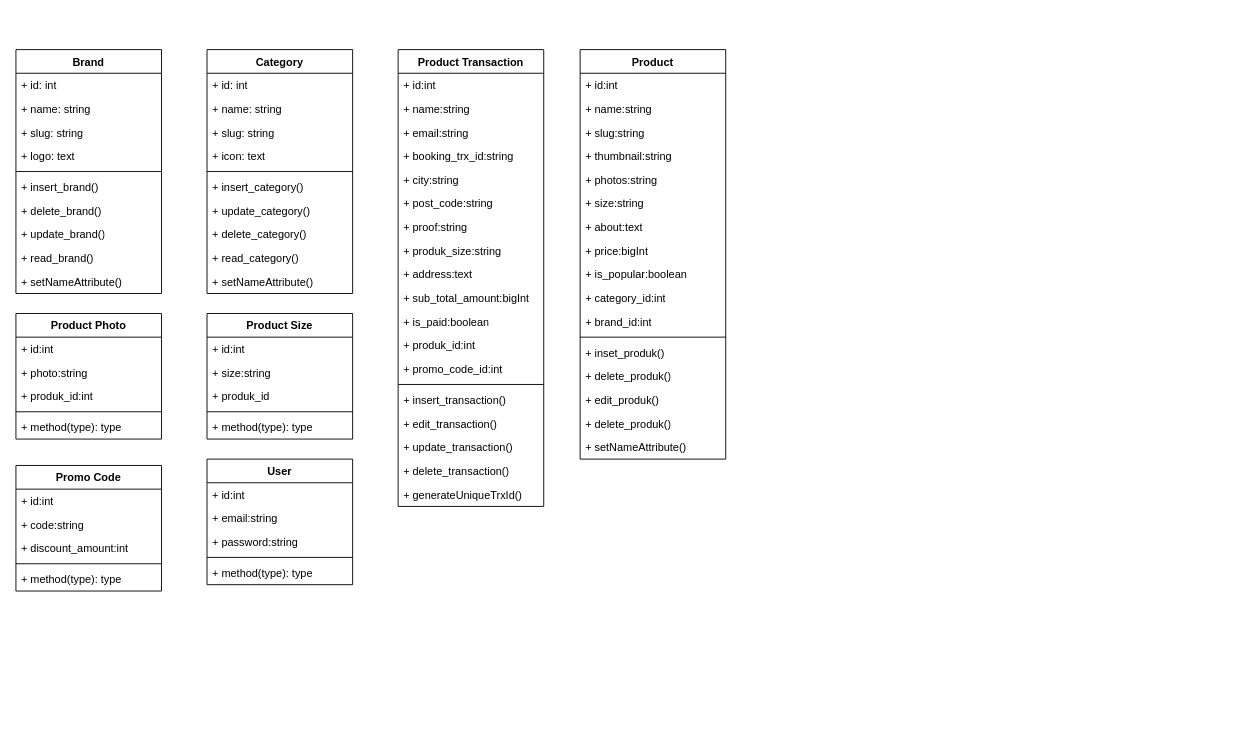
This is UML/classDiagram.drawio from Mahklvk/competency-test, a draw.io file, before an edit. Source tidied: cells renumbered, new cells numbered last; positions are measured from the earlier drawing's top-left corner, leaving out a move shared by most shapes. Both pictures are drawn from the tidied source at 91%, with x=0, y=0 at pixel (15, 49).
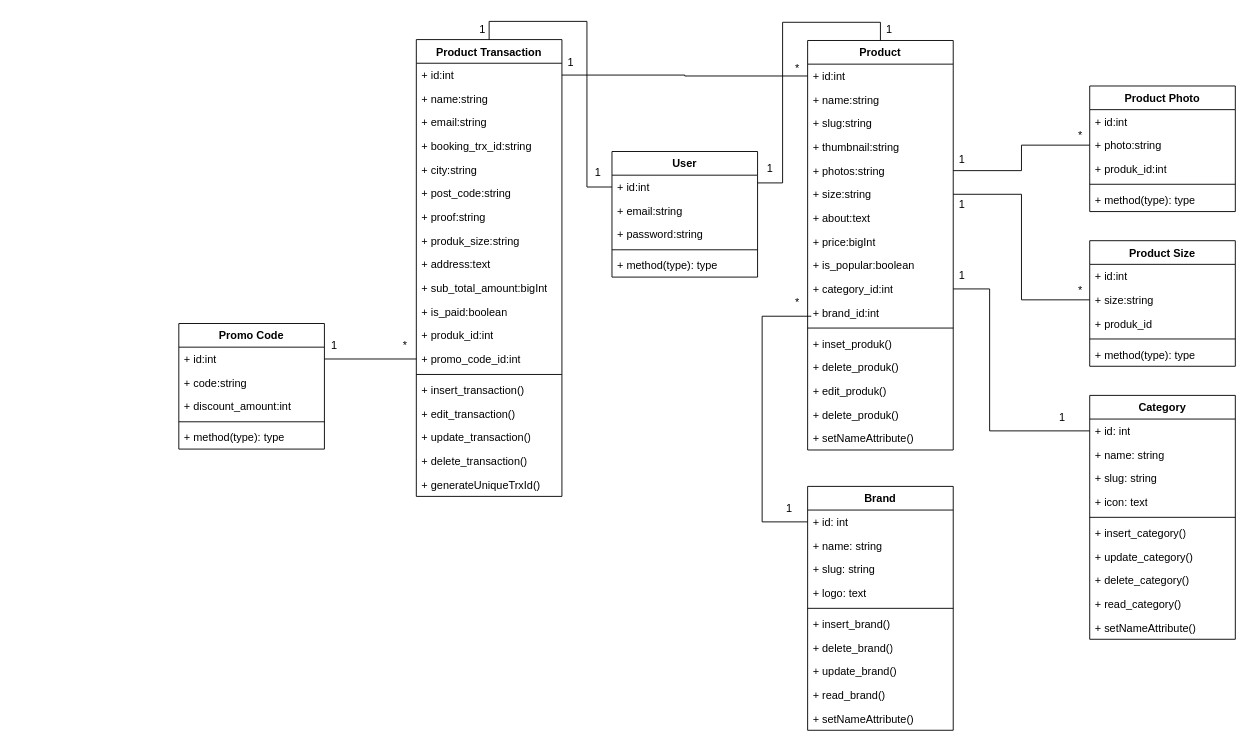
The same page after the edit.

Unchanged cells that the change refers to:
```xml
<mxCell id="3" value="+ id: int" style="text;strokeColor=none;fillColor=none;align=left;verticalAlign=top;spacingLeft=4;spacingRight=4;overflow=hidden;points=[[0,0.5],[1,0.5]];portConstraint=eastwest;whiteSpace=wrap;html=1;" parent="2" vertex="1">
  <mxGeometry y="26" width="160" height="26" as="geometry" />
</mxCell>
<mxCell id="14" value="+ id: int" style="text;strokeColor=none;fillColor=none;align=left;verticalAlign=top;spacingLeft=4;spacingRight=4;overflow=hidden;points=[[0,0.5],[1,0.5]];portConstraint=eastwest;whiteSpace=wrap;html=1;" parent="13" vertex="1">
  <mxGeometry y="26" width="160" height="26" as="geometry" />
</mxCell>
<mxCell id="25" value="+ id:int" style="text;strokeColor=none;fillColor=none;align=left;verticalAlign=top;spacingLeft=4;spacingRight=4;overflow=hidden;points=[[0,0.5],[1,0.5]];portConstraint=eastwest;whiteSpace=wrap;html=1;" parent="24" vertex="1">
  <mxGeometry y="26" width="160" height="26" as="geometry" />
</mxCell>
<mxCell id="37" value="+ promo_code_id:int" style="text;strokeColor=none;fillColor=none;align=left;verticalAlign=top;spacingLeft=4;spacingRight=4;overflow=hidden;points=[[0,0.5],[1,0.5]];portConstraint=eastwest;whiteSpace=wrap;html=1;" parent="24" vertex="1">
  <mxGeometry y="338" width="160" height="26" as="geometry" />
</mxCell>
<mxCell id="45" value="+ id:int" style="text;strokeColor=none;fillColor=none;align=left;verticalAlign=top;spacingLeft=4;spacingRight=4;overflow=hidden;points=[[0,0.5],[1,0.5]];portConstraint=eastwest;whiteSpace=wrap;html=1;" parent="44" vertex="1">
  <mxGeometry y="26" width="160" height="26" as="geometry" />
</mxCell>
<mxCell id="49" value="+ photos:string" style="text;strokeColor=none;fillColor=none;align=left;verticalAlign=top;spacingLeft=4;spacingRight=4;overflow=hidden;points=[[0,0.5],[1,0.5]];portConstraint=eastwest;whiteSpace=wrap;html=1;" parent="44" vertex="1">
  <mxGeometry y="130" width="160" height="26" as="geometry" />
</mxCell>
<mxCell id="50" value="+ size:string" style="text;strokeColor=none;fillColor=none;align=left;verticalAlign=top;spacingLeft=4;spacingRight=4;overflow=hidden;points=[[0,0.5],[1,0.5]];portConstraint=eastwest;whiteSpace=wrap;html=1;" parent="44" vertex="1">
  <mxGeometry y="156" width="160" height="26" as="geometry" />
</mxCell>
<mxCell id="54" value="+ category_id:int" style="text;strokeColor=none;fillColor=none;align=left;verticalAlign=top;spacingLeft=4;spacingRight=4;overflow=hidden;points=[[0,0.5],[1,0.5]];portConstraint=eastwest;whiteSpace=wrap;html=1;" parent="44" vertex="1">
  <mxGeometry y="260" width="160" height="26" as="geometry" />
</mxCell>
<mxCell id="64" value="+ photo:string" style="text;strokeColor=none;fillColor=none;align=left;verticalAlign=top;spacingLeft=4;spacingRight=4;overflow=hidden;points=[[0,0.5],[1,0.5]];portConstraint=eastwest;whiteSpace=wrap;html=1;" parent="62" vertex="1">
  <mxGeometry y="52" width="160" height="26" as="geometry" />
</mxCell>
<mxCell id="70" value="+ size:string" style="text;strokeColor=none;fillColor=none;align=left;verticalAlign=top;spacingLeft=4;spacingRight=4;overflow=hidden;points=[[0,0.5],[1,0.5]];portConstraint=eastwest;whiteSpace=wrap;html=1;" parent="68" vertex="1">
  <mxGeometry y="52" width="160" height="26" as="geometry" />
</mxCell>
<mxCell id="75" value="+ id:int" style="text;strokeColor=none;fillColor=none;align=left;verticalAlign=top;spacingLeft=4;spacingRight=4;overflow=hidden;points=[[0,0.5],[1,0.5]];portConstraint=eastwest;whiteSpace=wrap;html=1;" parent="74" vertex="1">
  <mxGeometry y="26" width="160" height="26" as="geometry" />
</mxCell>
<mxCell id="81" value="+ id:int" style="text;strokeColor=none;fillColor=none;align=left;verticalAlign=top;spacingLeft=4;spacingRight=4;overflow=hidden;points=[[0,0.5],[1,0.5]];portConstraint=eastwest;whiteSpace=wrap;html=1;" parent="80" vertex="1">
  <mxGeometry y="26" width="160" height="26" as="geometry" />
</mxCell>
```

Change to the diagram source:
```diff
@@
     <mxCell id="2" value="Brand" style="swimlane;fontStyle=1;align=center;verticalAlign=top;horizontal=1;startSize=26;whiteSpace=wrap;html=1;" parent="1" vertex="1">
-      <mxGeometry width="160" height="268" as="geometry" />
+      <mxGeometry x="870" y="480" width="160" height="268" as="geometry" />
     </mxCell>
@@
     <mxCell id="13" value="Category" style="swimlane;fontStyle=1;align=center;verticalAlign=top;horizontal=1;startSize=26;whiteSpace=wrap;html=1;" parent="1" vertex="1">
-      <mxGeometry x="210" width="160" height="268" as="geometry" />
+      <mxGeometry x="1180" y="380" width="160" height="268" as="geometry" />
     </mxCell>
@@
     <mxCell id="24" value="Product Transaction" style="swimlane;fontStyle=1;align=center;verticalAlign=top;horizontal=1;startSize=26;whiteSpace=wrap;html=1;" parent="1" vertex="1">
-      <mxGeometry x="420" width="160" height="502" as="geometry" />
+      <mxGeometry x="440" y="-11" width="160" height="502" as="geometry" />
     </mxCell>
@@
     <mxCell id="44" value="Product" style="swimlane;fontStyle=1;align=center;verticalAlign=top;horizontal=1;startSize=26;whiteSpace=wrap;html=1;" parent="1" vertex="1">
-      <mxGeometry x="620" width="160" height="450" as="geometry" />
+      <mxGeometry x="870" y="-10" width="160" height="450" as="geometry" />
     </mxCell>
@@
     <mxCell id="62" value="Product Photo" style="swimlane;fontStyle=1;align=center;verticalAlign=top;horizontal=1;startSize=26;whiteSpace=wrap;html=1;" parent="1" vertex="1">
-      <mxGeometry y="290" width="160" height="138" as="geometry" />
+      <mxGeometry x="1180" y="40" width="160" height="138" as="geometry" />
     </mxCell>
@@
     <mxCell id="68" value="Product Size" style="swimlane;fontStyle=1;align=center;verticalAlign=top;horizontal=1;startSize=26;whiteSpace=wrap;html=1;" parent="1" vertex="1">
-      <mxGeometry x="210" y="290" width="160" height="138" as="geometry" />
+      <mxGeometry x="1180" y="210" width="160" height="138" as="geometry" />
     </mxCell>
@@
     <mxCell id="74" value="Promo Code" style="swimlane;fontStyle=1;align=center;verticalAlign=top;horizontal=1;startSize=26;whiteSpace=wrap;html=1;" parent="1" vertex="1">
-      <mxGeometry y="457" width="160" height="138" as="geometry" />
+      <mxGeometry x="179" y="301" width="160" height="138" as="geometry" />
     </mxCell>
@@
+    <mxCell id="86" style="edgeStyle=orthogonalEdgeStyle;rounded=0;jettySize=auto;html=1;exitX=1;exitY=0.25;exitDx=0;exitDy=0;entryX=0.5;entryY=0;entryDx=0;entryDy=0;endArrow=none;endFill=0;" parent="1" edge="1" source="80" target="44">
+      <mxGeometry relative="1" as="geometry" />
+    </mxCell>
     <mxCell id="80" value="User" style="swimlane;fontStyle=1;align=center;verticalAlign=top;horizontal=1;startSize=26;whiteSpace=wrap;html=1;" parent="1" vertex="1">
-      <mxGeometry x="210" y="450" width="160" height="138" as="geometry" />
+      <mxGeometry x="655" y="112" width="160" height="138" as="geometry" />
     </mxCell>
@@
+    <mxCell id="87" style="edgeStyle=orthogonalEdgeStyle;rounded=0;jettySize=auto;html=1;exitX=1;exitY=0.5;exitDx=0;exitDy=0;entryX=0;entryY=0.5;entryDx=0;entryDy=0;endArrow=none;endFill=0;" parent="1" edge="1" source="50" target="70">
+      <mxGeometry relative="1" as="geometry" />
+    </mxCell>
+    <mxCell id="88" value="1" style="text;html=1;whiteSpace=wrap;strokeColor=none;fillColor=none;align=center;verticalAlign=middle;rounded=0;" parent="1" vertex="1">
+      <mxGeometry x="1010" y="156" width="60" height="30" as="geometry" />
+    </mxCell>
+    <mxCell id="89" value="*" style="text;html=1;whiteSpace=wrap;strokeColor=none;fillColor=none;align=center;verticalAlign=middle;rounded=0;" parent="1" vertex="1">
+      <mxGeometry x="1140" y="250" width="60" height="30" as="geometry" />
+    </mxCell>
+    <mxCell id="90" style="edgeStyle=orthogonalEdgeStyle;rounded=0;jettySize=auto;html=1;exitX=1;exitY=0.5;exitDx=0;exitDy=0;entryX=0;entryY=0.5;entryDx=0;entryDy=0;endArrow=none;endFill=0;" parent="1" edge="1" source="49" target="64">
+      <mxGeometry relative="1" as="geometry" />
+    </mxCell>
+    <mxCell id="91" value="1" style="text;html=1;whiteSpace=wrap;strokeColor=none;fillColor=none;align=center;verticalAlign=middle;rounded=0;" parent="1" vertex="1">
+      <mxGeometry x="1010" y="106" width="60" height="30" as="geometry" />
+    </mxCell>
+    <mxCell id="92" value="*" style="text;html=1;whiteSpace=wrap;strokeColor=none;fillColor=none;align=center;verticalAlign=middle;rounded=0;" parent="1" vertex="1">
+      <mxGeometry x="1140" y="80" width="60" height="30" as="geometry" />
+    </mxCell>
+    <mxCell id="93" style="edgeStyle=orthogonalEdgeStyle;rounded=0;jettySize=auto;html=1;exitX=1;exitY=0.5;exitDx=0;exitDy=0;entryX=0;entryY=0.5;entryDx=0;entryDy=0;endArrow=none;endFill=0;" parent="1" edge="1" source="54" target="14">
+      <mxGeometry relative="1" as="geometry">
+        <Array as="points">
+          <mxPoint x="1070" y="263" />
+          <mxPoint x="1070" y="419" />
+        </Array>
+      </mxGeometry>
+    </mxCell>
+    <mxCell id="94" value="1" style="text;html=1;whiteSpace=wrap;strokeColor=none;fillColor=none;align=center;verticalAlign=middle;rounded=0;" parent="1" vertex="1">
+      <mxGeometry x="1010" y="234" width="60" height="30" as="geometry" />
+    </mxCell>
+    <mxCell id="95" value="1" style="text;html=1;whiteSpace=wrap;strokeColor=none;fillColor=none;align=center;verticalAlign=middle;rounded=0;" parent="1" vertex="1">
+      <mxGeometry x="1120" y="390" width="60" height="30" as="geometry" />
+    </mxCell>
+    <mxCell id="96" value="1" style="text;html=1;whiteSpace=wrap;strokeColor=none;fillColor=none;align=center;verticalAlign=middle;rounded=0;" parent="1" vertex="1">
+      <mxGeometry x="820" y="490" width="60" height="30" as="geometry" />
+    </mxCell>
+    <mxCell id="97" style="edgeStyle=orthogonalEdgeStyle;rounded=0;jettySize=auto;html=1;exitX=0.75;exitY=1;exitDx=0;exitDy=0;entryX=0;entryY=0.5;entryDx=0;entryDy=0;endArrow=none;endFill=0;" parent="1" edge="1" source="98" target="3">
+      <mxGeometry relative="1" as="geometry">
+        <Array as="points">
+          <mxPoint x="820" y="293" />
+          <mxPoint x="820" y="519" />
+        </Array>
+      </mxGeometry>
+    </mxCell>
+    <mxCell id="98" value="*" style="text;html=1;whiteSpace=wrap;strokeColor=none;fillColor=none;align=center;verticalAlign=middle;rounded=0;" parent="1" vertex="1">
+      <mxGeometry x="829" y="263" width="60" height="30" as="geometry" />
+    </mxCell>
+    <mxCell id="99" style="edgeStyle=orthogonalEdgeStyle;rounded=0;jettySize=auto;html=1;exitX=1;exitY=0.5;exitDx=0;exitDy=0;entryX=0;entryY=0.5;entryDx=0;entryDy=0;endArrow=none;endFill=0;" parent="1" edge="1" source="25" target="45">
+      <mxGeometry relative="1" as="geometry" />
+    </mxCell>
+    <mxCell id="100" style="edgeStyle=orthogonalEdgeStyle;rounded=0;jettySize=auto;html=1;exitX=1;exitY=0.5;exitDx=0;exitDy=0;entryX=0;entryY=0.5;entryDx=0;entryDy=0;endArrow=none;endFill=0;" parent="1" edge="1" source="75" target="37">
+      <mxGeometry relative="1" as="geometry" />
+    </mxCell>
+    <mxCell id="101" style="edgeStyle=orthogonalEdgeStyle;rounded=0;jettySize=auto;html=1;exitX=0;exitY=0.5;exitDx=0;exitDy=0;entryX=0.5;entryY=0;entryDx=0;entryDy=0;endArrow=none;endFill=0;" parent="1" edge="1" source="81" target="24">
+      <mxGeometry relative="1" as="geometry" />
+    </mxCell>
+    <mxCell id="102" value="1" style="text;html=1;whiteSpace=wrap;strokeColor=none;fillColor=none;align=center;verticalAlign=middle;rounded=0;" parent="1" vertex="1">
+      <mxGeometry x="610" y="120" width="60" height="30" as="geometry" />
+    </mxCell>
+    <mxCell id="103" value="1" style="text;html=1;whiteSpace=wrap;strokeColor=none;fillColor=none;align=center;verticalAlign=middle;rounded=0;" parent="1" vertex="1">
+      <mxGeometry x="799" y="116" width="60" height="30" as="geometry" />
+    </mxCell>
+    <mxCell id="104" value="1" style="text;html=1;whiteSpace=wrap;strokeColor=none;fillColor=none;align=center;verticalAlign=middle;rounded=0;" parent="1" vertex="1">
+      <mxGeometry x="483" y="-37" width="60" height="30" as="geometry" />
+    </mxCell>
+    <mxCell id="105" value="1" style="text;html=1;whiteSpace=wrap;strokeColor=none;fillColor=none;align=center;verticalAlign=middle;rounded=0;" parent="1" vertex="1">
+      <mxGeometry x="930" y="-37" width="60" height="30" as="geometry" />
+    </mxCell>
+    <mxCell id="106" value="*" style="text;html=1;whiteSpace=wrap;strokeColor=none;fillColor=none;align=center;verticalAlign=middle;rounded=0;" parent="1" vertex="1">
+      <mxGeometry x="829" y="6" width="60" height="30" as="geometry" />
+    </mxCell>
+    <mxCell id="107" value="1" style="text;html=1;whiteSpace=wrap;strokeColor=none;fillColor=none;align=center;verticalAlign=middle;rounded=0;" parent="1" vertex="1">
+      <mxGeometry x="580" width="60" height="30" as="geometry" />
+    </mxCell>
+    <mxCell id="108" value="1" style="text;html=1;whiteSpace=wrap;strokeColor=none;fillColor=none;align=center;verticalAlign=middle;rounded=0;" parent="1" vertex="1">
+      <mxGeometry x="320" y="310" width="60" height="30" as="geometry" />
+    </mxCell>
+    <mxCell id="109" value="*" style="text;html=1;whiteSpace=wrap;strokeColor=none;fillColor=none;align=center;verticalAlign=middle;rounded=0;" parent="1" vertex="1">
+      <mxGeometry x="398" y="311" width="60" height="30" as="geometry" />
+    </mxCell>
```
